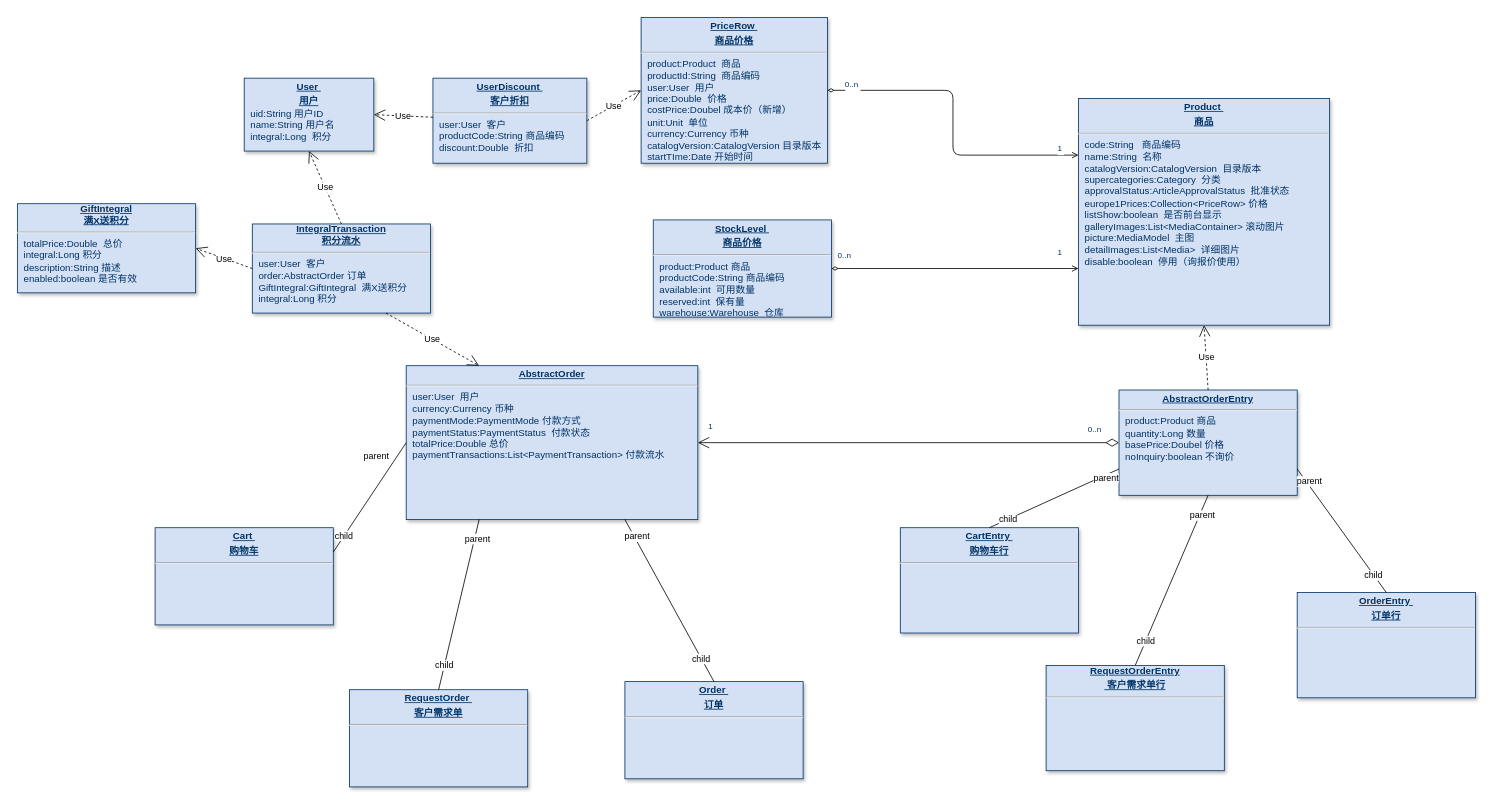
Above: 前台下单.drawio in rockywade/draw (draw.io), before the change. Source tidied: cells renumbered, new cells numbered last; positions are measured from the earlier drawing's top-left corner, leaving out a move shared by most shapes. Both pictures are drawn from the tidied source at 81%, with x=0, y=0 at pixel (17, 17).
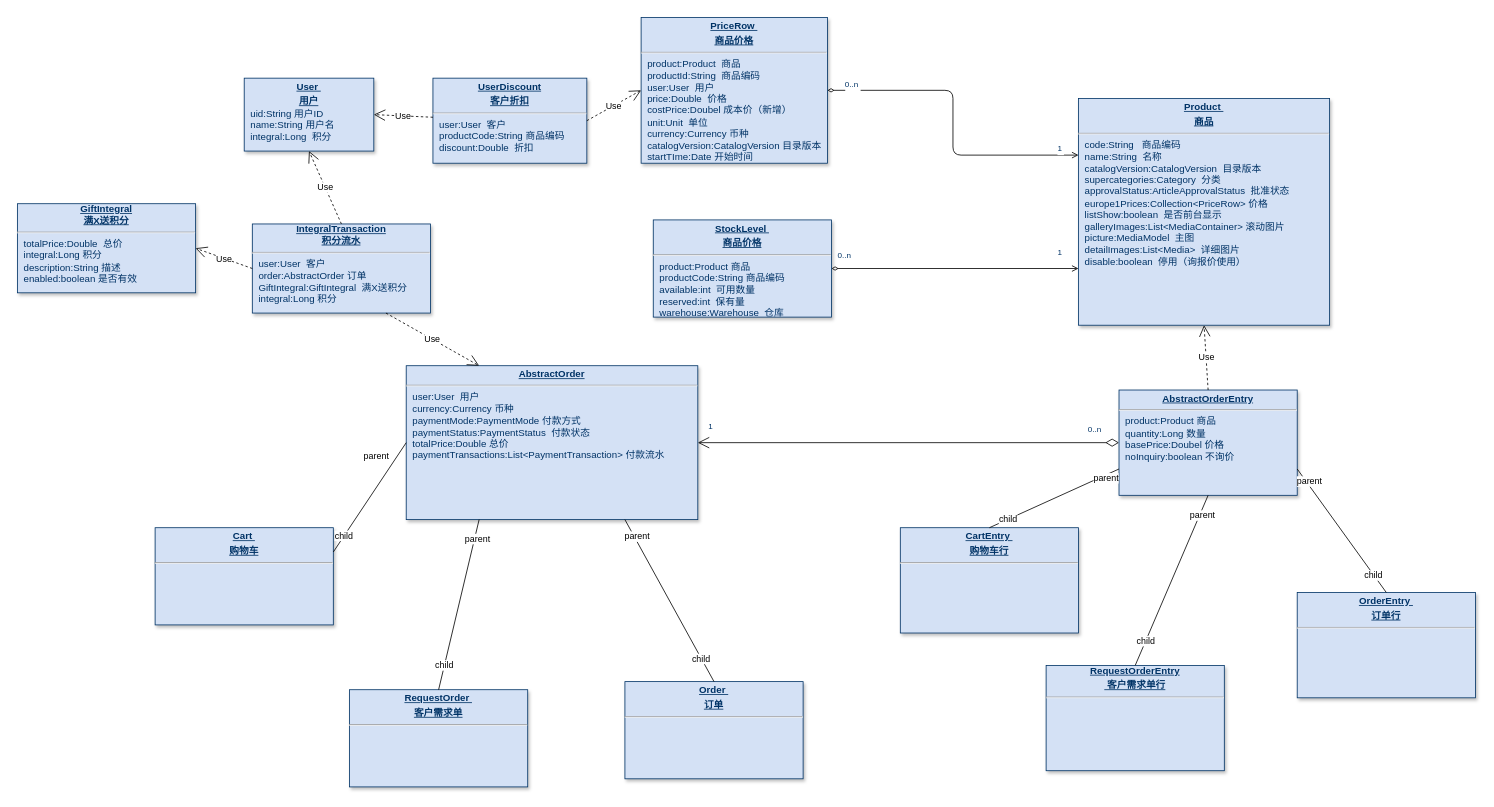
The same diagram, later.

Change to the diagram source:
```diff
@@
-    <mxCell id="8" value="&lt;p style=&quot;margin: 0px ; margin-top: 4px ; text-align: center ; text-decoration: underline&quot;&gt;&lt;b&gt;UserDiscount&amp;nbsp;&lt;/b&gt;&lt;/p&gt;&lt;p style=&quot;margin: 0px ; margin-top: 4px ; text-align: center ; text-decoration: underline&quot;&gt;&lt;b&gt;客户折扣&lt;/b&gt;&lt;/p&gt;&lt;hr&gt;&lt;p style=&quot;margin: 0px ; margin-left: 8px&quot;&gt;user:User&amp;nbsp; 客户&lt;/p&gt;&lt;p style=&quot;margin: 0px ; margin-left: 8px&quot;&gt;productCode:String 商品编码&lt;/p&gt;&lt;p style=&quot;margin: 0px ; margin-left: 8px&quot;&gt;discount:Double&amp;nbsp; 折扣&lt;/p&gt;" style="verticalAlign=top;align=left;overflow=fill;fontSize=12;fontFamily=Helvetica;html=1;strokeColor=#003366;shadow=1;fillColor=#D4E1F5;fontColor=#003366;" parent="1" vertex="1">
+    <mxCell id="8" value="&lt;p style=&quot;margin: 0px ; margin-top: 4px ; text-align: center ; text-decoration: underline&quot;&gt;&lt;b&gt;UserDiscount&lt;/b&gt;&lt;/p&gt;&lt;p style=&quot;margin: 0px ; margin-top: 4px ; text-align: center ; text-decoration: underline&quot;&gt;&lt;b&gt;客户折扣&lt;/b&gt;&lt;/p&gt;&lt;hr&gt;&lt;p style=&quot;margin: 0px ; margin-left: 8px&quot;&gt;user:User&amp;nbsp; 客户&lt;/p&gt;&lt;p style=&quot;margin: 0px ; margin-left: 8px&quot;&gt;productCode:String 商品编码&lt;/p&gt;&lt;p style=&quot;margin: 0px ; margin-left: 8px&quot;&gt;discount:Double&amp;nbsp; 折扣&lt;/p&gt;" style="verticalAlign=top;align=left;overflow=fill;fontSize=12;fontFamily=Helvetica;html=1;strokeColor=#003366;shadow=1;fillColor=#D4E1F5;fontColor=#003366;" parent="1" vertex="1">
       <mxGeometry x="513" y="75" width="190" height="105" as="geometry" />
     </mxCell>
```
